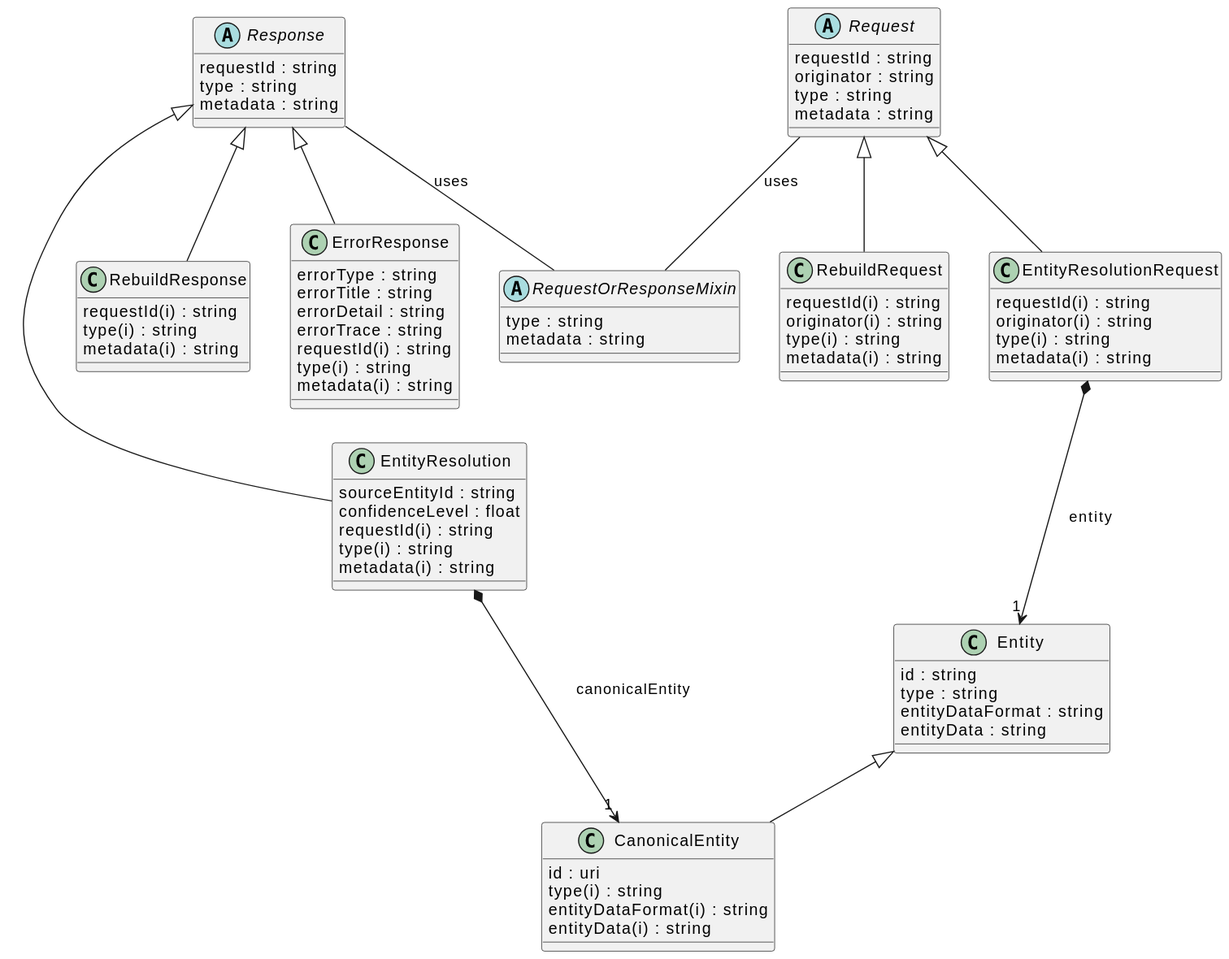
Before: docs/schema/ErsServiceDataSchema.svg, a diagram exported from PlantUML (meaningfy-ws/er-system).
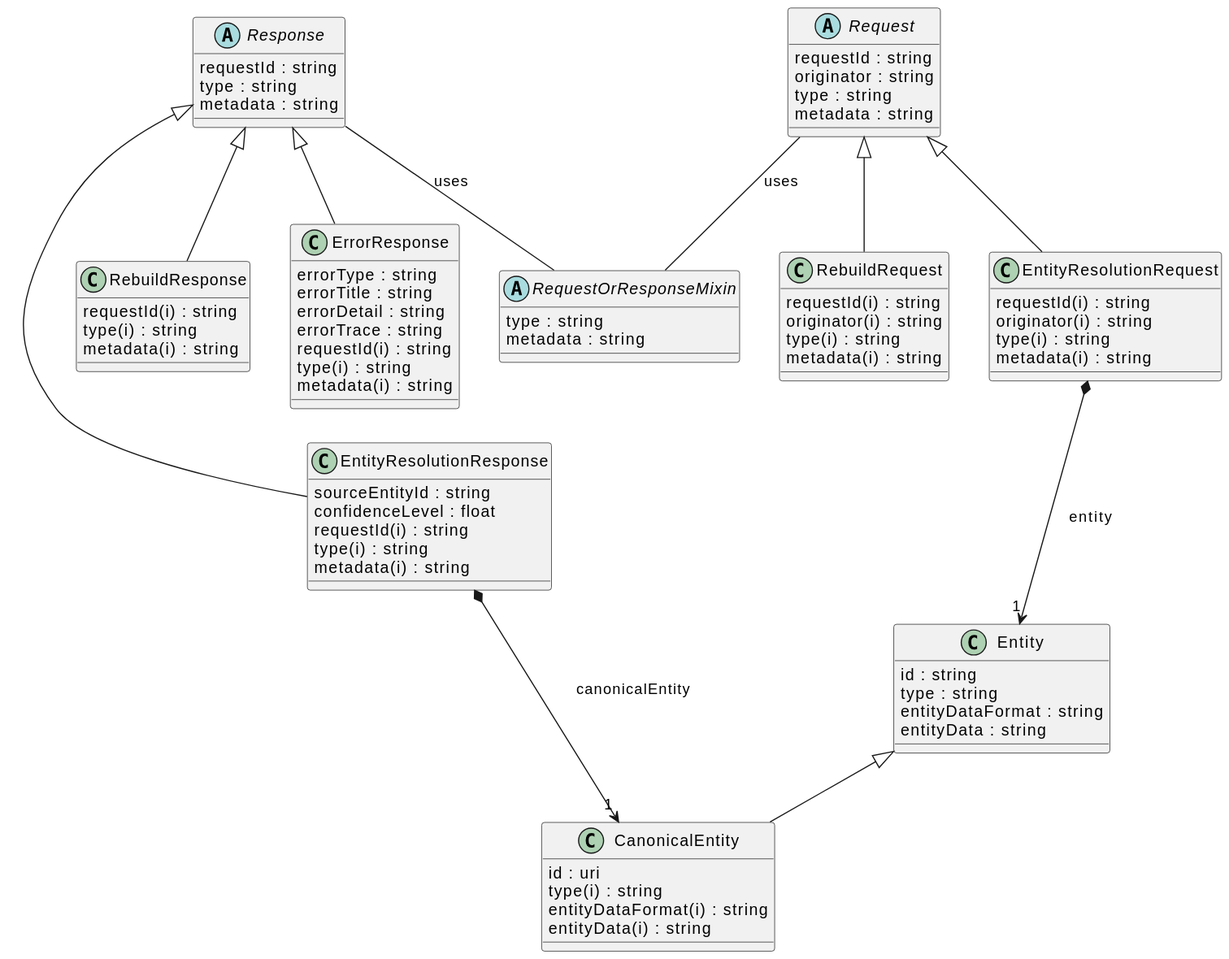
The same diagram one commit later.

What changed in the source:
```diff
@@ -22,7 +22,7 @@
     {field} type(i) : string
     {field} metadata(i) : string
 }
-class "EntityResolution" [[{An entity resolution response sent by the ERE.}]] {
+class "EntityResolutionResponse" [[{An entity resolution response sent by the ERE.}]] {
     {field} sourceEntityId : string
     {field} confidenceLevel : float
     {field} requestId(i) : string
@@ -32,7 +32,7 @@
 "Response" -- "RequestOrResponseMixin"  : uses
 "Response" ^-- "RebuildResponse"
 "Response" ^-- "ErrorResponse"
-"Response" ^-- "EntityResolution"
+"Response" ^-- "EntityResolutionResponse"
 abstract "Request" [[{Root class to represent all the requests sent to the ERE.}]] {
     {field} requestId : string
     {field} originator : string
@@ -54,6 +54,13 @@
 }
 "Request" ^-- "RebuildRequest"
 "Request" ^-- "EntityResolutionRequest"
+class "CanonicalEntity" [[{A canonical entity is an entity that the ERE has created during the resolution process}]] {
+    {field} id : uri
+    {field} type(i) : string
+    {field} entityDataFormat(i) : string
+    {field} entityData(i) : string
+}
+"EntityResolutionResponse" *--> "1" "CanonicalEntity" : "canonicalEntity"
 class "Entity" [[{An entity is a representation of a real-world entity, as provided by the ERS.}]] {
     {field} id : string
     {field} type : string
@@ -61,12 +68,5 @@
     {field} entityData : string
 }
 "EntityResolutionRequest" *--> "1" "Entity" : "entity"
-class "CanonicalEntity" [[{A canonical entity is an entity that the ERE has created during the resolution process}]] {
-    {field} id : uri
-    {field} type(i) : string
-    {field} entityDataFormat(i) : string
-    {field} entityData(i) : string
-}
-"EntityResolution" *--> "1" "CanonicalEntity" : "canonicalEntity"
 "Entity" ^-- "CanonicalEntity"
 @enduml
```
